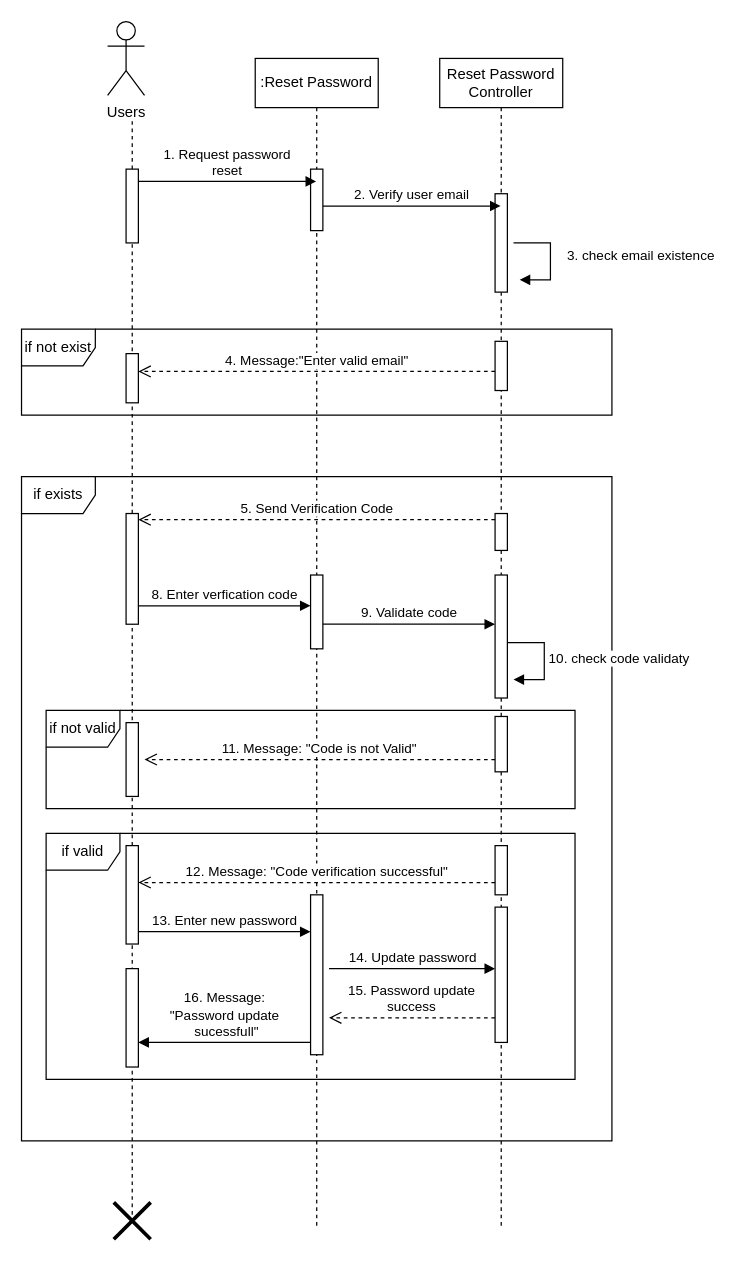
shamim36/Final-Defence-Diagram keeps this draw.io diagram as page "Reset Password" (4 of 15) of Sequence Diagram.drawio. Above is the earlier version. Source tidied: cells renumbered, new cells numbered last; positions are measured from the earlier drawing's top-left corner, leaving out a move shared by most shapes. Both pictures are drawn from the tidied source at 123%, with x=0, y=0 at pixel (21, 21).
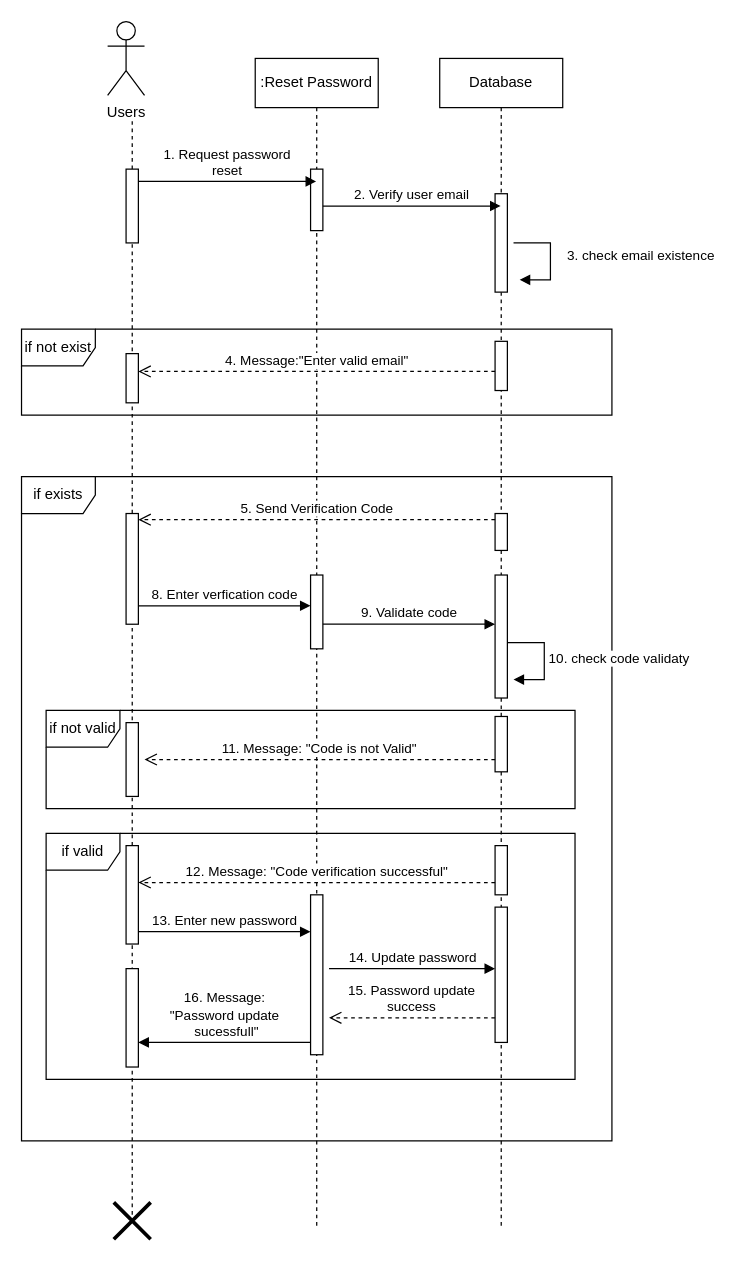
The same page after the edit.

Change to the diagram source:
```diff
@@
-    <mxCell id="4" value="Reset Password&lt;div&gt;Controller&lt;/div&gt;" style="shape=umlLifeline;perimeter=lifelinePerimeter;whiteSpace=wrap;html=1;newEdgeStyle={&quot;edgeStyle&quot;:&quot;elbowEdgeStyle&quot;,&quot;elbow&quot;:&quot;vertical&quot;,&quot;curved&quot;:0,&quot;rounded&quot;:0};" parent="1" vertex="1">
+    <mxCell id="4" value="Database" style="shape=umlLifeline;perimeter=lifelinePerimeter;whiteSpace=wrap;html=1;newEdgeStyle={&quot;edgeStyle&quot;:&quot;elbowEdgeStyle&quot;,&quot;elbow&quot;:&quot;vertical&quot;,&quot;curved&quot;:0,&quot;rounded&quot;:0};" parent="1" vertex="1">
       <mxGeometry x="340" y="30" width="100" height="950" as="geometry" />
     </mxCell>
```
